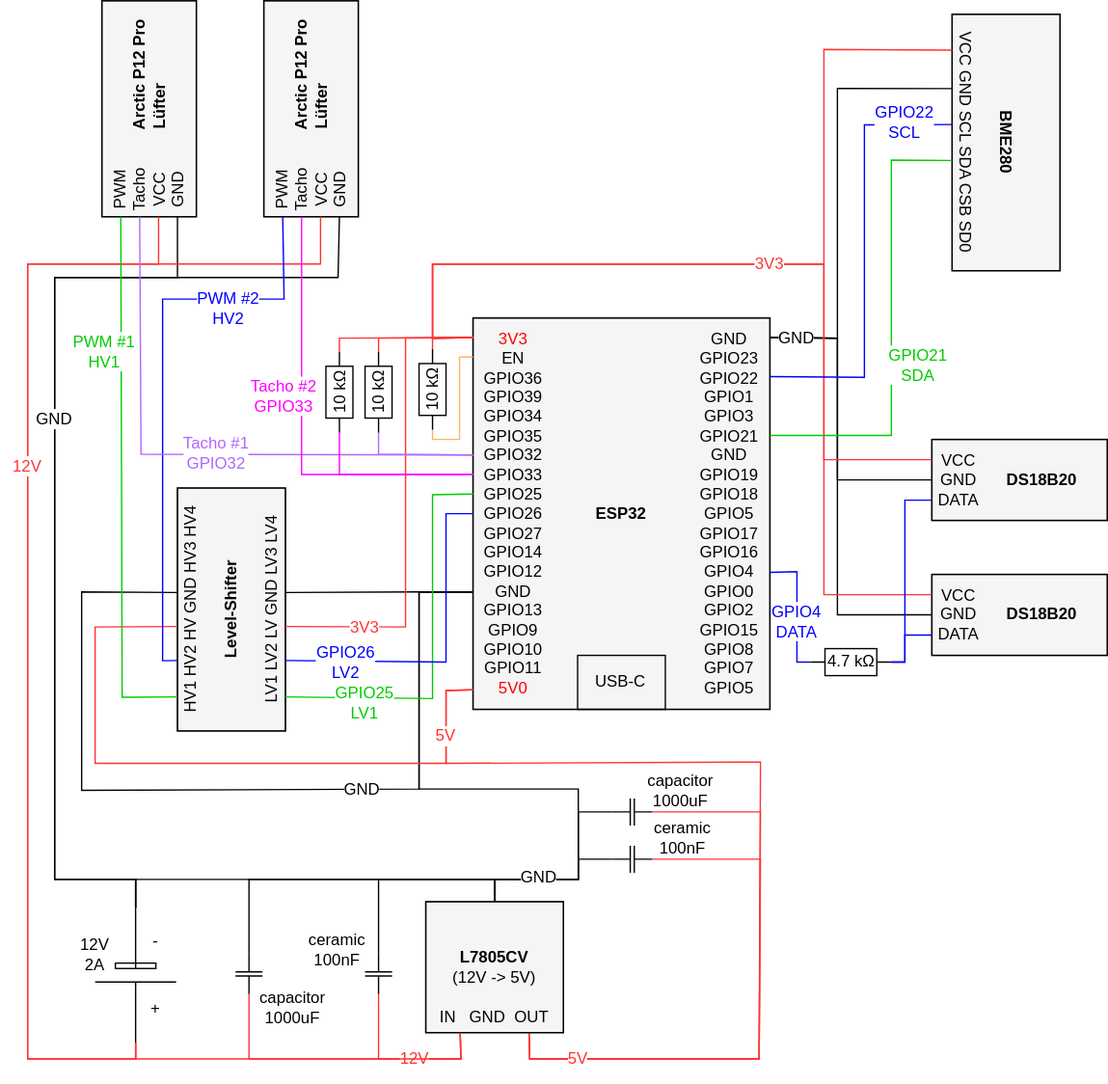
Above: hardware/rack_esp32_schaltplan.drawio.svg in dan1elw/ha-rack-monitor (draw.io), before the change. Source tidied: cells renumbered, new cells last; positions are measured from the earlier drawing's top-left corner, leaving out a move shared by most shapes.
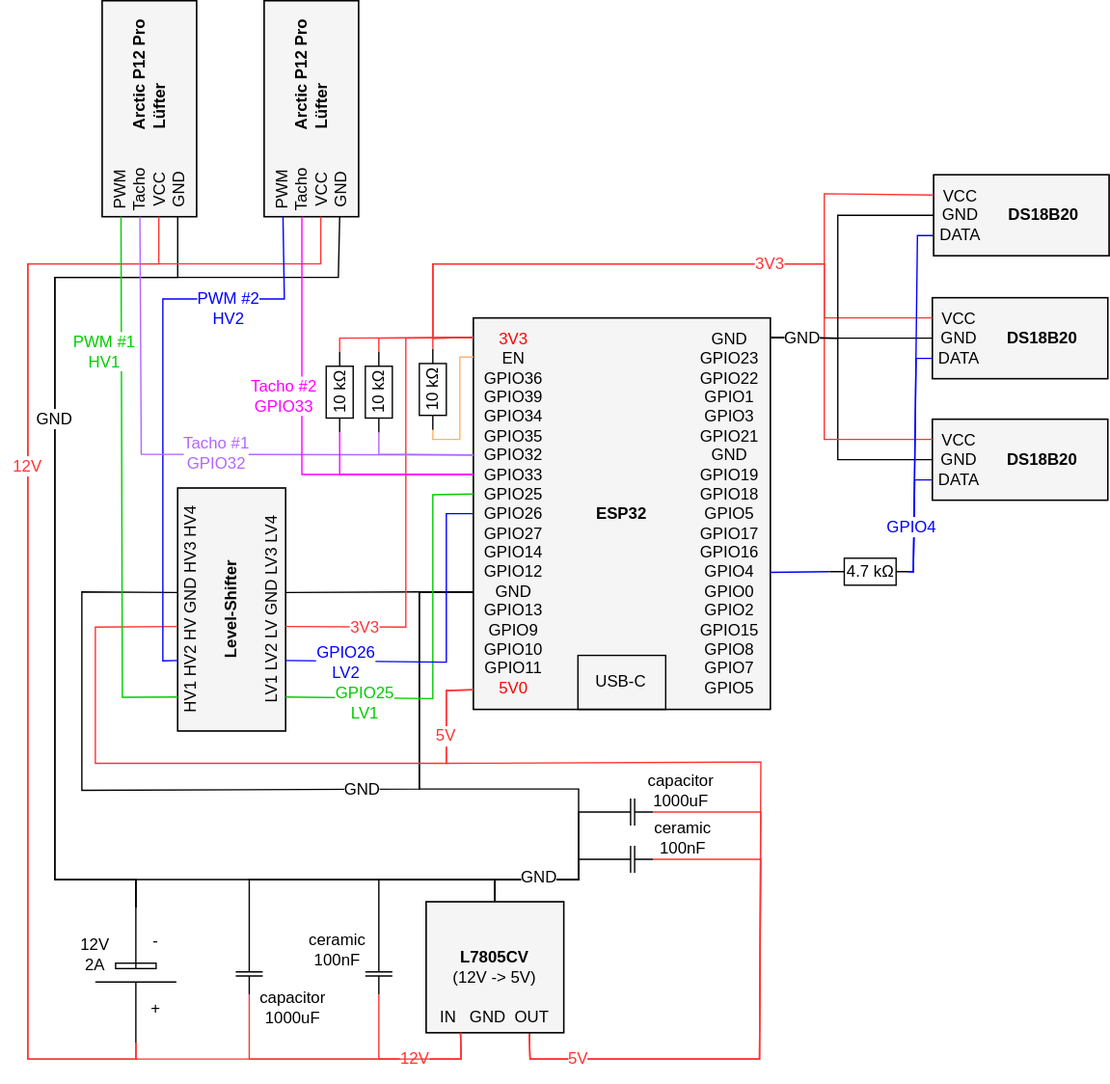
The same file after the commit.

Commit message:
remove-i2c-amp280-and-add-third-ds18b20

Diff of the diagram source:
```diff
@@ -55,17 +55,8 @@
     <mxCell id="15" value="&lt;b&gt;Level-Shifter&lt;/b&gt;" style="rounded=0;whiteSpace=wrap;html=1;points=[[0.14,0,0,0,0],[0.14,1,0,0,0],[0.29,0,0,0,0],[0.29,1,0,0,0],[0.43,0,0,0,0],[0.43,1,0,0,0],[0.57,0,0,0,0],[0.57,1,0,0,0],[0.71,0,0,0,0],[0.71,1,0,0,0],[0.86,0,0,0,0],[0.86,1,0,0,0]];fillColor=none;rotation=-90;" parent="12" vertex="1">
       <mxGeometry width="180" height="80" as="geometry" />
     </mxCell>
-    <mxCell id="16" style="group;fillColor=#f5f5f5;fontColor=#333333;strokeColor=#666666;rotation=90;" parent="1" vertex="1">
-      <mxGeometry x="650" y="29" width="190" height="80" as="geometry" />
-    </mxCell>
-    <mxCell id="17" value="&lt;b&gt;BME280&lt;/b&gt;" style="rounded=0;whiteSpace=wrap;html=1;points=[[0.14,0,0,0,0],[0.14,1,0,0,0],[0.29,0,0,0,0],[0.29,1,0,0,0],[0.43,0,0,0,0],[0.43,1,0,0,0],[0.57,0,0,0,0],[0.57,1,0,0,0],[0.71,0,0,0,0],[0.71,1,0,0,0],[0.86,0,0,0,0],[0.86,1,0,0,0]];fillColor=none;rotation=90;" parent="16" vertex="1">
-      <mxGeometry width="190" height="80" as="geometry" />
-    </mxCell>
-    <mxCell id="18" value="VCC GND SCL SDA CSB SD0" style="text;html=1;whiteSpace=wrap;strokeColor=none;fillColor=none;align=center;verticalAlign=middle;rounded=0;rotation=90;" parent="16" vertex="1">
-      <mxGeometry x="-30" y="30" width="190" height="20" as="geometry" />
-    </mxCell>
     <mxCell id="19" style="group;fillColor=#f5f5f5;fontColor=#333333;strokeColor=#666666;" parent="1" vertex="1">
-      <mxGeometry x="690" y="389" width="130" height="60" as="geometry" />
+      <mxGeometry x="690" y="274" width="130" height="60" as="geometry" />
     </mxCell>
     <mxCell id="20" value="VCC&lt;div&gt;GND&lt;/div&gt;&lt;div&gt;DATA&lt;/div&gt;" style="text;html=1;whiteSpace=wrap;strokeColor=none;fillColor=none;align=center;verticalAlign=middle;rounded=0;" parent="19" vertex="1">
       <mxGeometry width="40" height="60" as="geometry" />
@@ -74,7 +65,7 @@
       <mxGeometry width="130" height="60" as="geometry" />
     </mxCell>
     <mxCell id="22" style="group;" parent="1" vertex="1">
-      <mxGeometry x="690" y="289" width="130" height="60" as="geometry" />
+      <mxGeometry x="690" y="184" width="130" height="60" as="geometry" />
     </mxCell>
     <mxCell id="23" style="group;fillColor=#f5f5f5;fontColor=#333333;strokeColor=#666666;" parent="22" vertex="1">
       <mxGeometry width="130" height="60" as="geometry" />
@@ -103,14 +94,6 @@
     <mxCell id="31" value="&lt;b&gt;&amp;nbsp; &amp;nbsp; &amp;nbsp; &amp;nbsp; &amp;nbsp; &amp;nbsp; &amp;nbsp; &amp;nbsp;Arctic P12 Pro&lt;br&gt;&amp;nbsp;Lüfter&lt;/b&gt;" style="rounded=0;whiteSpace=wrap;html=1;points=[[0,0.2,0,0,0],[0,0.4,0,0,0],[0,0.6,0,0,0],[0,0.8,0,0,0]];fillColor=none;rotation=-90;" parent="29" vertex="1">
       <mxGeometry width="160" height="70" as="geometry" />
     </mxCell>
-    <mxCell id="32" style="endArrow=none;html=1;rounded=0;exitX=1;exitY=0.05;exitDx=0;exitDy=0;exitPerimeter=0;entryX=0.29;entryY=1;entryDx=0;entryDy=0;entryPerimeter=0;" parent="1" edge="1" source="37" target="17">
-      <mxGeometry relative="1" as="geometry">
-        <Array as="points">
-          <mxPoint x="620" y="214" />
-          <mxPoint x="620" y="29" />
-        </Array>
-      </mxGeometry>
-    </mxCell>
     <mxCell id="33" style="group;fillColor=#f5f5f5;fontColor=#333333;strokeColor=#666666;" parent="1" vertex="1">
       <mxGeometry x="350" y="199" width="220" height="290" as="geometry" />
     </mxCell>
@@ -130,7 +113,6 @@
       <mxGeometry relative="1" as="geometry">
         <Array as="points">
           <mxPoint x="620" y="214" />
-          <mxPoint x="620" y="319" />
         </Array>
       </mxGeometry>
     </mxCell>
@@ -138,27 +120,17 @@
       <mxGeometry relative="1" as="geometry">
         <Array as="points">
           <mxPoint x="620" y="214" />
-          <mxPoint x="620" y="419" />
+          <mxPoint x="620" y="304" />
         </Array>
       </mxGeometry>
     </mxCell>
-    <mxCell id="40" style="endArrow=none;html=1;rounded=0;exitX=0;exitY=0.05;exitDx=0;exitDy=0;exitPerimeter=0;entryX=0.14;entryY=1;entryDx=0;entryDy=0;entryPerimeter=0;strokeColor=#FF3333;" parent="1" edge="1" source="37" target="17">
-      <mxGeometry relative="1" as="geometry">
-        <Array as="points">
-          <mxPoint x="320" y="214" />
-          <mxPoint x="320" y="159" />
-          <mxPoint x="610" y="159" />
-          <mxPoint x="610" />
-        </Array>
-      </mxGeometry>
-    </mxCell>
     <mxCell id="41" style="endArrow=none;html=1;rounded=0;exitX=0;exitY=0.05;exitDx=0;exitDy=0;exitPerimeter=0;entryX=0;entryY=0.25;entryDx=0;entryDy=0;entryPerimeter=0;strokeColor=#FF3333;" parent="1" edge="1" source="37" target="25">
       <mxGeometry relative="1" as="geometry">
         <Array as="points">
           <mxPoint x="320" y="214" />
           <mxPoint x="320" y="159" />
           <mxPoint x="610" y="159" />
-          <mxPoint x="610" y="304" />
+          <mxPoint x="610" y="199" />
         </Array>
       </mxGeometry>
     </mxCell>
@@ -168,39 +140,15 @@
           <mxPoint x="320" y="214" />
           <mxPoint x="320" y="159" />
           <mxPoint x="610" y="159" />
-          <mxPoint x="610" y="404" />
+          <mxPoint x="610" y="289" />
         </Array>
       </mxGeometry>
     </mxCell>
-    <mxCell id="43" value="3V3" style="text;html=1;whiteSpace=wrap;strokeColor=none;fillColor=none;align=center;verticalAlign=middle;rounded=0;fontColor=#FF3333;labelBackgroundColor=default;" parent="1" vertex="1">
-      <mxGeometry x="550" y="149" width="40" height="20" as="geometry" />
-    </mxCell>
-    <mxCell id="44" style="endArrow=none;html=1;rounded=0;entryX=0.43;entryY=1;entryDx=0;entryDy=0;entryPerimeter=0;fontColor=#0000FF;strokeColor=#0000FF;exitX=1;exitY=0.15;exitDx=0;exitDy=0;exitPerimeter=0;" parent="1" edge="1" source="37" target="17">
-      <mxGeometry relative="1" as="geometry">
-        <Array as="points">
-          <mxPoint x="640" y="243" />
-          <mxPoint x="640" y="56" />
-        </Array>
-      </mxGeometry>
-    </mxCell>
-    <mxCell id="45" style="endArrow=none;html=1;rounded=0;exitX=1;exitY=0.3;exitDx=0;exitDy=0;exitPerimeter=0;entryX=0.57;entryY=1;entryDx=0;entryDy=0;entryPerimeter=0;fontColor=#0000FF;strokeColor=#00CC00;" parent="1" edge="1" source="37" target="17">
-      <mxGeometry relative="1" as="geometry">
-        <Array as="points">
-          <mxPoint x="660" y="286" />
-          <mxPoint x="660" y="82" />
-        </Array>
-      </mxGeometry>
-    </mxCell>
     <mxCell id="46" style="endArrow=none;html=1;rounded=0;exitX=1;exitY=0.65;exitDx=0;exitDy=0;exitPerimeter=0;entryX=0;entryY=0.5;entryDx=0;entryDy=0;entryPerimeter=0;fontColor=#0000FF;strokeColor=#0000FF;" parent="1" edge="1" source="37" target="48">
-      <mxGeometry relative="1" as="geometry">
-        <Array as="points">
-          <mxPoint x="590" y="387" />
-          <mxPoint x="590" y="454" />
-        </Array>
-      </mxGeometry>
+      <mxGeometry relative="1" as="geometry" />
     </mxCell>
     <mxCell id="47" style="group;" parent="1" vertex="1">
-      <mxGeometry x="600" y="439" width="60" height="30" as="geometry" />
+      <mxGeometry x="614" y="372" width="60" height="30" as="geometry" />
     </mxCell>
     <mxCell id="48" style="verticalLabelPosition=bottom;shadow=0;dashed=0;align=center;html=1;verticalAlign=top;shape=mxgraph.electrical.resistors.resistor_1;" parent="47" vertex="1">
       <mxGeometry y="5" width="60" height="20" as="geometry" />
@@ -211,31 +159,19 @@
     <mxCell id="50" style="endArrow=none;html=1;rounded=0;exitX=0;exitY=0.75;exitDx=0;exitDy=0;exitPerimeter=0;entryX=1;entryY=0.5;entryDx=0;entryDy=0;entryPerimeter=0;fontColor=#0000FF;strokeColor=#0000FF;" parent="1" edge="1" source="25" target="48">
       <mxGeometry relative="1" as="geometry">
         <Array as="points">
-          <mxPoint x="670" y="334" />
-          <mxPoint x="670" y="454" />
+          <mxPoint x="678" y="229" />
+          <mxPoint x="676" y="387" />
         </Array>
       </mxGeometry>
     </mxCell>
     <mxCell id="51" style="endArrow=none;html=1;rounded=0;exitX=0;exitY=0.75;exitDx=0;exitDy=0;exitPerimeter=0;entryX=1;entryY=0.5;entryDx=0;entryDy=0;entryPerimeter=0;fontColor=#0000FF;strokeColor=#0000FF;" parent="1" edge="1" source="21" target="48">
       <mxGeometry relative="1" as="geometry">
         <Array as="points">
-          <mxPoint x="670" y="434" />
-          <mxPoint x="670" y="454" />
+          <mxPoint x="677" y="319" />
+          <mxPoint x="676" y="387" />
         </Array>
       </mxGeometry>
     </mxCell>
-    <mxCell id="52" value="GND" style="text;html=1;whiteSpace=wrap;strokeColor=none;fillColor=none;align=center;verticalAlign=middle;rounded=0;labelBackgroundColor=default;" parent="1" vertex="1">
-      <mxGeometry x="560" y="199" width="60" height="30" as="geometry" />
-    </mxCell>
-    <mxCell id="53" value="GPIO21&lt;div&gt;SDA&lt;/div&gt;" style="text;html=1;whiteSpace=wrap;strokeColor=none;fillColor=none;align=center;verticalAlign=middle;rounded=0;fontColor=#00CC00;labelBorderColor=none;labelBackgroundColor=default;" parent="1" vertex="1">
-      <mxGeometry x="650" y="219" width="60" height="30" as="geometry" />
-    </mxCell>
-    <mxCell id="54" value="GPIO22&lt;div&gt;SCL&lt;/div&gt;" style="text;html=1;whiteSpace=wrap;strokeColor=none;fillColor=none;align=center;verticalAlign=middle;rounded=0;fontColor=#0000FF;labelBackgroundColor=default;" parent="1" vertex="1">
-      <mxGeometry x="640" y="39" width="60" height="30" as="geometry" />
-    </mxCell>
-    <mxCell id="55" value="GPIO4&lt;div&gt;DATA&lt;/div&gt;" style="text;html=1;whiteSpace=wrap;strokeColor=none;fillColor=none;align=center;verticalAlign=middle;rounded=0;fontColor=#0000FF;labelBackgroundColor=default;" parent="1" vertex="1">
-      <mxGeometry x="560" y="409" width="60" height="30" as="geometry" />
-    </mxCell>
     <mxCell id="56" style="endArrow=none;html=1;rounded=0;exitX=0.75;exitY=1;exitDx=0;exitDy=0;exitPerimeter=0;entryX=0;entryY=0.95;entryDx=0;entryDy=0;entryPerimeter=0;strokeColor=#FF3333;" parent="1" edge="1" source="116" target="37">
       <mxGeometry relative="1" as="geometry">
         <Array as="points">
@@ -587,5 +523,49 @@
         </Array>
       </mxGeometry>
     </mxCell>
+    <mxCell id="118" style="group;fillColor=#f5f5f5;fontColor=#333333;strokeColor=#666666;" parent="1" vertex="1">
+      <mxGeometry x="691" y="93" width="130" height="60" as="geometry" />
+    </mxCell>
+    <mxCell id="119" value="VCC&lt;div&gt;GND&lt;/div&gt;&lt;div&gt;DATA&lt;/div&gt;" style="text;html=1;whiteSpace=wrap;strokeColor=none;fillColor=none;align=center;verticalAlign=middle;rounded=0;" parent="118" vertex="1">
+      <mxGeometry width="40" height="60" as="geometry" />
+    </mxCell>
+    <mxCell id="120" value="&lt;b&gt;&amp;nbsp; &amp;nbsp; &amp;nbsp; &amp;nbsp; &amp;nbsp; DS18B20&lt;/b&gt;" style="rounded=0;whiteSpace=wrap;html=1;points=[[0,0.25,0,0,0],[0,0.5,0,0,0],[0,0.75,0,0,0]];fillColor=none;" parent="118" vertex="1">
+      <mxGeometry width="130" height="60" as="geometry" />
+    </mxCell>
+    <mxCell id="121" style="endArrow=none;html=1;rounded=0;exitX=0;exitY=0.75;exitDx=0;exitDy=0;exitPerimeter=0;entryX=1;entryY=0.5;entryDx=0;entryDy=0;fontColor=#0000FF;strokeColor=#0000FF;" parent="1" edge="1" source="120" target="49">
+      <mxGeometry relative="1" as="geometry">
+        <Array as="points">
+          <mxPoint x="679" y="138" />
+          <mxPoint x="676" y="387" />
+        </Array>
+      </mxGeometry>
+    </mxCell>
+    <mxCell id="55" value="GPIO4" style="text;html=1;whiteSpace=wrap;strokeColor=none;fillColor=none;align=center;verticalAlign=middle;rounded=0;fontColor=#0000FF;labelBackgroundColor=default;" parent="1" vertex="1">
+      <mxGeometry x="645" y="339" width="60" height="30" as="geometry" />
+    </mxCell>
+    <mxCell id="122" style="endArrow=none;html=1;rounded=0;exitX=0;exitY=0.05;exitDx=0;exitDy=0;exitPerimeter=0;entryX=0;entryY=0.25;entryDx=0;entryDy=0;entryPerimeter=0;strokeColor=#FF3333;" parent="1" edge="1" source="37" target="120">
+      <mxGeometry relative="1" as="geometry">
+        <Array as="points">
+          <mxPoint x="320" y="214" />
+          <mxPoint x="320" y="159" />
+          <mxPoint x="610" y="159" />
+          <mxPoint x="610" y="107" />
+        </Array>
+      </mxGeometry>
+    </mxCell>
+    <mxCell id="123" style="endArrow=none;html=1;rounded=0;entryX=0;entryY=0.5;entryDx=0;entryDy=0;entryPerimeter=0;exitX=1;exitY=0.05;exitDx=0;exitDy=0;exitPerimeter=0;" parent="1" edge="1" source="37" target="120">
+      <mxGeometry relative="1" as="geometry">
+        <Array as="points">
+          <mxPoint x="620" y="214" />
+          <mxPoint x="620" y="123" />
+        </Array>
+      </mxGeometry>
+    </mxCell>
+    <mxCell id="43" value="3V3" style="text;html=1;whiteSpace=wrap;strokeColor=none;fillColor=none;align=center;verticalAlign=middle;rounded=0;fontColor=#FF3333;labelBackgroundColor=default;" parent="1" vertex="1">
+      <mxGeometry x="550" y="149" width="40" height="20" as="geometry" />
+    </mxCell>
+    <mxCell id="52" value="GND" style="text;html=1;whiteSpace=wrap;strokeColor=none;fillColor=none;align=center;verticalAlign=middle;rounded=0;labelBackgroundColor=default;" parent="1" vertex="1">
+      <mxGeometry x="564" y="199" width="60" height="30" as="geometry" />
+    </mxCell>
   </root>
 </mxGraphModel>
```
